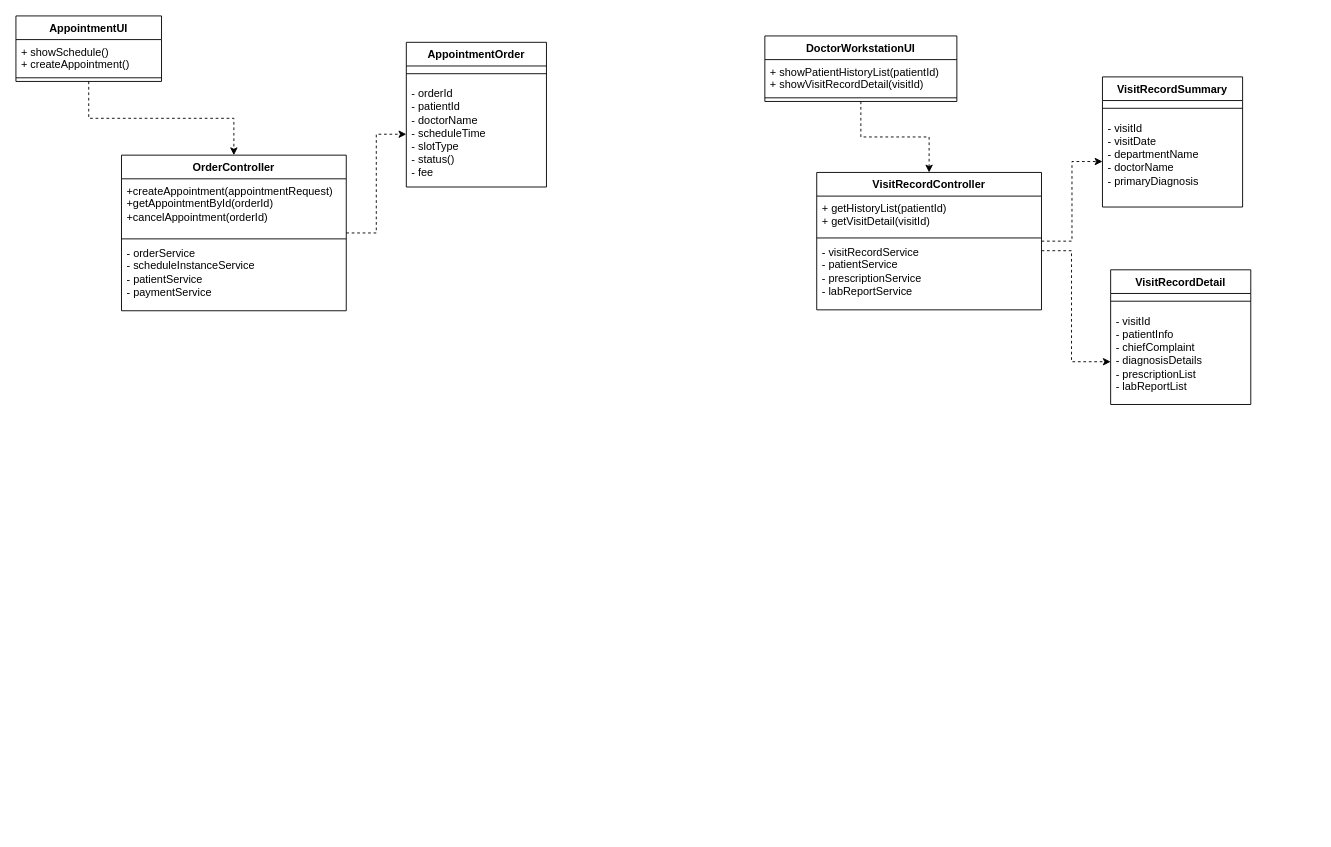
Lxlorange/drawio keeps this draw.io diagram as 预约挂号类图.drawio. Above is the earlier version. Source tidied: cells renumbered, new cells numbered last; positions are measured from the earlier drawing's top-left corner, leaving out a move shared by most shapes. Both pictures are drawn from the tidied source at 91%, with x=0, y=0 at pixel (15, 15).
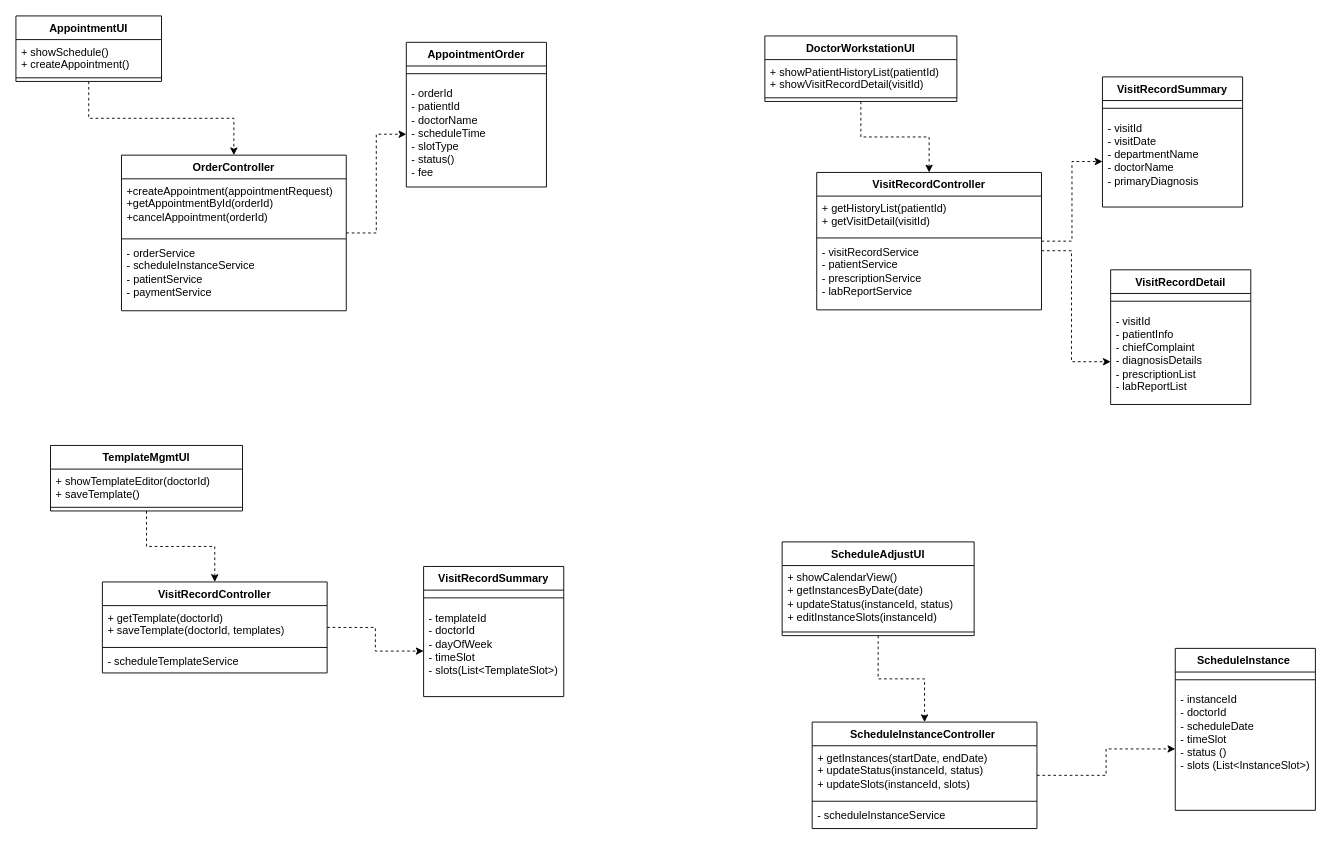
The same page after the edit.

Commit message:
Update 预约挂号类图.drawio

Diff of the diagram source:
```diff
@@
+    <mxCell id="30" style="edgeStyle=orthogonalEdgeStyle;rounded=0;jettySize=auto;html=1;exitX=0.5;exitY=1;exitDx=0;exitDy=0;dashed=1;" parent="1" edge="1" source="31" target="35">
+      <mxGeometry relative="1" as="geometry" />
+    </mxCell>
+    <mxCell id="31" value="TemplateMgmtUI  " style="swimlane;fontStyle=1;align=center;verticalAlign=top;horizontal=1;startSize=26;whiteSpace=wrap;html=1;" parent="1" vertex="1">
+      <mxGeometry x="38" y="472" width="211" height="72" as="geometry" />
+    </mxCell>
+    <mxCell id="32" value="+ showTemplateEditor(doctorId)&lt;div&gt;+ saveTemplate()&lt;/div&gt;" style="text;strokeColor=none;fillColor=none;align=left;verticalAlign=top;spacingLeft=4;spacingRight=4;overflow=hidden;whiteSpace=wrap;html=1;" parent="31" vertex="1">
+      <mxGeometry y="26" width="211" height="38" as="geometry" />
+    </mxCell>
+    <mxCell id="33" style="line;strokeWidth=1;fillColor=none;align=left;verticalAlign=middle;spacingTop=-1;spacingLeft=3;spacingRight=3;labelPosition=right;strokeColor=inherit;" parent="31" vertex="1">
+      <mxGeometry y="64" width="211" height="8" as="geometry" />
+    </mxCell>
+    <mxCell id="34" style="edgeStyle=orthogonalEdgeStyle;rounded=0;jettySize=auto;html=1;dashed=1;" parent="1" edge="1" source="35" target="41">
+      <mxGeometry relative="1" as="geometry" />
+    </mxCell>
+    <mxCell id="35" value="VisitRecordController " style="swimlane;fontStyle=1;align=center;verticalAlign=top;horizontal=1;startSize=26;whiteSpace=wrap;html=1;" parent="1" vertex="1">
+      <mxGeometry x="95" y="622" width="247" height="100" as="geometry" />
+    </mxCell>
+    <mxCell id="36" value="+ getTemplate(doctorId)&lt;div&gt;+ saveTemplate(doctorId, templates)&lt;/div&gt;" style="text;strokeColor=none;fillColor=none;align=left;verticalAlign=top;spacingLeft=4;spacingRight=4;overflow=hidden;whiteSpace=wrap;html=1;" parent="35" vertex="1">
+      <mxGeometry y="26" width="247" height="44" as="geometry" />
+    </mxCell>
+    <mxCell id="37" style="line;strokeWidth=1;fillColor=none;align=left;verticalAlign=middle;spacingTop=-1;spacingLeft=3;spacingRight=3;labelPosition=right;strokeColor=inherit;" parent="35" vertex="1">
+      <mxGeometry y="70" width="247" height="4" as="geometry" />
+    </mxCell>
+    <mxCell id="38" value="- scheduleTemplateService" style="text;strokeColor=none;fillColor=none;align=left;verticalAlign=top;spacingLeft=4;spacingRight=4;overflow=hidden;whiteSpace=wrap;html=1;" parent="35" vertex="1">
+      <mxGeometry y="74" width="247" height="26" as="geometry" />
+    </mxCell>
+    <mxCell id="39" value="VisitRecordSummary " style="swimlane;fontStyle=1;align=center;verticalAlign=top;horizontal=1;startSize=26;whiteSpace=wrap;html=1;" parent="1" vertex="1">
+      <mxGeometry x="448" y="605" width="154" height="143" as="geometry" />
+    </mxCell>
+    <mxCell id="40" style="line;strokeWidth=1;fillColor=none;align=left;verticalAlign=middle;spacingTop=-1;spacingLeft=3;spacingRight=3;labelPosition=right;strokeColor=inherit;" parent="39" vertex="1">
+      <mxGeometry y="26" width="154" height="17" as="geometry" />
+    </mxCell>
+    <mxCell id="41" value="- templateId&lt;div&gt;- doctorId&lt;/div&gt;&lt;div&gt;- dayOfWeek&lt;/div&gt;&lt;div&gt;- timeSlot&lt;/div&gt;&lt;div&gt;- slots(List&amp;lt;TemplateSlot&amp;gt;)&lt;/div&gt;" style="text;strokeColor=none;fillColor=none;align=left;verticalAlign=top;spacingLeft=4;spacingRight=4;overflow=hidden;points=[[0,0.5],[1,0.5]];portConstraint=eastwest;whiteSpace=wrap;html=1;" parent="39" vertex="1">
+      <mxGeometry y="43" width="154" height="100" as="geometry" />
+    </mxCell>
+    <mxCell id="42" style="edgeStyle=orthogonalEdgeStyle;rounded=0;jettySize=auto;html=1;exitX=0.5;exitY=1;exitDx=0;exitDy=0;dashed=1;" parent="1" edge="1" source="43" target="47">
+      <mxGeometry relative="1" as="geometry" />
+    </mxCell>
+    <mxCell id="43" value="ScheduleAdjustUI  " style="swimlane;fontStyle=1;align=center;verticalAlign=top;horizontal=1;startSize=26;whiteSpace=wrap;html=1;" parent="1" vertex="1">
+      <mxGeometry x="842" y="578" width="211" height="103" as="geometry" />
+    </mxCell>
+    <mxCell id="44" value="+ showCalendarView()&lt;br/&gt;      + getInstancesByDate(date)&lt;br/&gt;      + updateStatus(instanceId, status)&lt;br/&gt;      + editInstanceSlots(instanceId)" style="text;strokeColor=none;fillColor=none;align=left;verticalAlign=top;spacingLeft=4;spacingRight=4;overflow=hidden;whiteSpace=wrap;html=1;" parent="43" vertex="1">
+      <mxGeometry y="26" width="211" height="69" as="geometry" />
+    </mxCell>
+    <mxCell id="45" style="line;strokeWidth=1;fillColor=none;align=left;verticalAlign=middle;spacingTop=-1;spacingLeft=3;spacingRight=3;labelPosition=right;strokeColor=inherit;" parent="43" vertex="1">
+      <mxGeometry y="95" width="211" height="8" as="geometry" />
+    </mxCell>
+    <mxCell id="46" style="edgeStyle=orthogonalEdgeStyle;rounded=0;jettySize=auto;html=1;dashed=1;" parent="1" edge="1" source="47" target="53">
+      <mxGeometry relative="1" as="geometry" />
+    </mxCell>
+    <mxCell id="47" value="&lt;span style=&quot;text-align: left;&quot;&gt;ScheduleInstanceController&amp;nbsp;&lt;/span&gt;" style="swimlane;fontStyle=1;align=center;verticalAlign=top;horizontal=1;startSize=26;whiteSpace=wrap;html=1;" parent="1" vertex="1">
+      <mxGeometry x="875" y="776" width="247" height="117" as="geometry" />
+    </mxCell>
+    <mxCell id="48" value="+ getInstances(startDate, endDate)&lt;br&gt;+ updateStatus(instanceId, status)&lt;br&gt;+ updateSlots(instanceId, slots)" style="text;strokeColor=none;fillColor=none;align=left;verticalAlign=top;spacingLeft=4;spacingRight=4;overflow=hidden;whiteSpace=wrap;html=1;" parent="47" vertex="1">
+      <mxGeometry y="26" width="247" height="59" as="geometry" />
+    </mxCell>
+    <mxCell id="49" style="line;strokeWidth=1;fillColor=none;align=left;verticalAlign=middle;spacingTop=-1;spacingLeft=3;spacingRight=3;labelPosition=right;strokeColor=inherit;" parent="47" vertex="1">
+      <mxGeometry y="85" width="247" height="4" as="geometry" />
+    </mxCell>
+    <mxCell id="50" value="- scheduleInstanceService" style="text;strokeColor=none;fillColor=none;align=left;verticalAlign=top;spacingLeft=4;spacingRight=4;overflow=hidden;whiteSpace=wrap;html=1;" parent="47" vertex="1">
+      <mxGeometry y="89" width="247" height="28" as="geometry" />
+    </mxCell>
+    <mxCell id="51" value="&lt;span style=&quot;text-align: left;&quot;&gt;ScheduleInstance&lt;/span&gt;&lt;span style=&quot;font-weight: 400; text-align: left;&quot;&gt;&amp;nbsp;&lt;/span&gt;" style="swimlane;fontStyle=1;align=center;verticalAlign=top;horizontal=1;startSize=26;whiteSpace=wrap;html=1;" parent="1" vertex="1">
+      <mxGeometry x="1274" y="695" width="154" height="178" as="geometry" />
+    </mxCell>
+    <mxCell id="52" style="line;strokeWidth=1;fillColor=none;align=left;verticalAlign=middle;spacingTop=-1;spacingLeft=3;spacingRight=3;labelPosition=right;strokeColor=inherit;" parent="51" vertex="1">
+      <mxGeometry y="26" width="154" height="17" as="geometry" />
+    </mxCell>
+    <mxCell id="53" value="- instanceId&lt;br&gt;- doctorId&lt;br&gt;- scheduleDate&lt;br&gt;- timeSlot&lt;br&gt;- status ()&lt;br&gt;- slots (List&amp;lt;InstanceSlot&amp;gt;)" style="text;strokeColor=none;fillColor=none;align=left;verticalAlign=top;spacingLeft=4;spacingRight=4;overflow=hidden;points=[[0,0.5],[1,0.5]];portConstraint=eastwest;whiteSpace=wrap;html=1;" parent="51" vertex="1">
+      <mxGeometry y="43" width="154" height="135" as="geometry" />
+    </mxCell>
```
